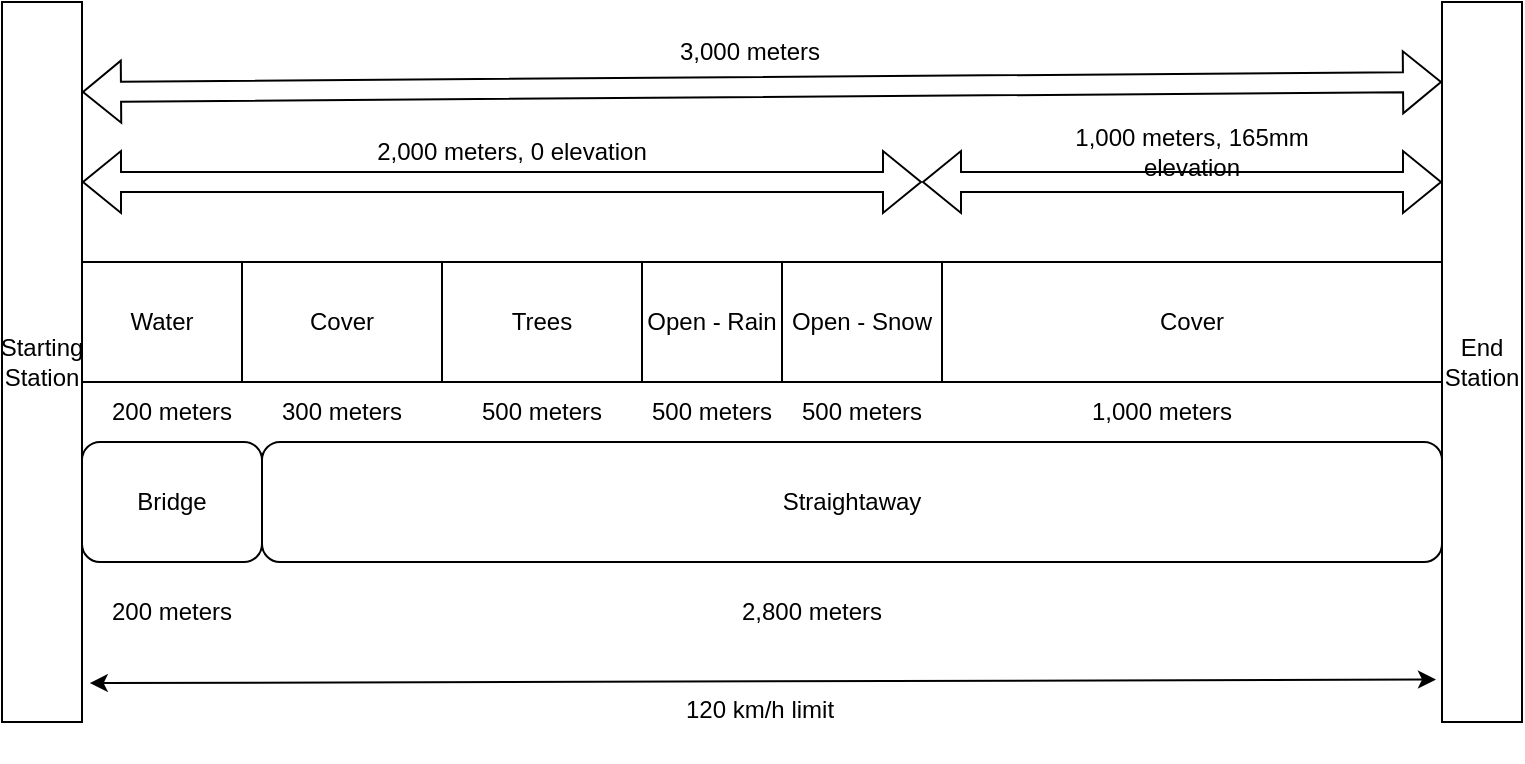
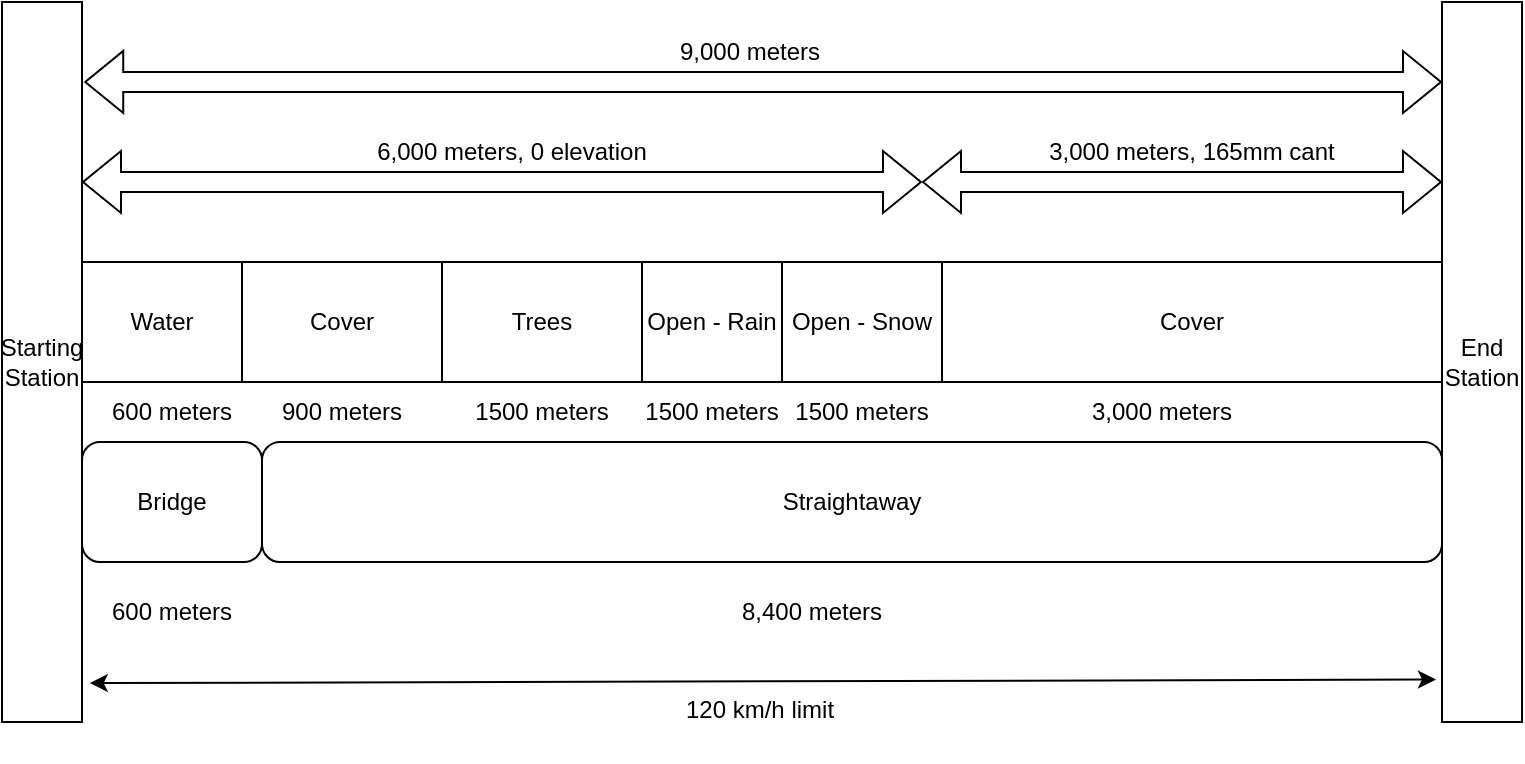
<mxfile host="app.diagrams.net">
  <diagram name="Page-1" id="jBn11tTPCpI9yomr6qB7">
    <mxGraphModel dx="2023" dy="791" grid="1" gridSize="10" guides="1" tooltips="1" connect="1" arrows="1" fold="1" page="1" pageScale="1" pageWidth="827" pageHeight="1169" math="0" shadow="0">
      <root>
        <mxCell id="0" />
        <mxCell id="1" parent="0" />
        <mxCell id="21m3U-xvMEw1ZL_-IPLm-1" parent="1" style="rounded=0;whiteSpace=wrap;html=1;" value="Starting Station" vertex="1">
          <mxGeometry height="360" width="40" x="40" y="120" as="geometry" />
        </mxCell>
        <mxCell id="21m3U-xvMEw1ZL_-IPLm-2" parent="1" style="rounded=0;whiteSpace=wrap;html=1;" value="End Station" vertex="1">
          <mxGeometry height="360" width="40" x="760" y="120" as="geometry" />
        </mxCell>
-         <mxCell id="21m3U-xvMEw1ZL_-IPLm-3" edge="1" parent="1" source="21m3U-xvMEw1ZL_-IPLm-1" style="shape=flexArrow;endArrow=classic;startArrow=classic;html=1;rounded=0;exitX=1;exitY=0.125;exitDx=0;exitDy=0;exitPerimeter=0;" value="">
+         <mxCell id="21m3U-xvMEw1ZL_-IPLm-3" edge="1" parent="1" source="21m3U-xvMEw1ZL_-IPLm-1" style="shape=flexArrow;endArrow=classic;startArrow=classic;html=1;rounded=0;exitX=1.028;exitY=0.111;exitDx=0;exitDy=0;exitPerimeter=0;" value="">
          <mxGeometry height="100" relative="1" width="100" as="geometry">
            <mxPoint x="90" y="160" as="sourcePoint" />
            <mxPoint x="760" y="160" as="targetPoint" />
          </mxGeometry>
        </mxCell>
-         <mxCell id="21m3U-xvMEw1ZL_-IPLm-4" parent="1" style="text;html=1;whiteSpace=wrap;strokeColor=none;fillColor=none;align=center;verticalAlign=middle;rounded=0;" value="3,000 meters" vertex="1">
+         <mxCell id="21m3U-xvMEw1ZL_-IPLm-4" parent="1" style="text;html=1;whiteSpace=wrap;strokeColor=none;fillColor=none;align=center;verticalAlign=middle;rounded=0;" value="9,000 meters" vertex="1">
          <mxGeometry height="30" width="130" x="349" y="130" as="geometry" />
        </mxCell>
        <mxCell id="21m3U-xvMEw1ZL_-IPLm-5" edge="1" parent="1" style="shape=flexArrow;endArrow=classic;startArrow=classic;html=1;rounded=0;exitX=1;exitY=0;exitDx=0;exitDy=0;" value="">
          <mxGeometry height="100" relative="1" width="100" as="geometry">
            <mxPoint x="80" y="210" as="sourcePoint" />
            <mxPoint x="500" y="210" as="targetPoint" />
          </mxGeometry>
        </mxCell>
-         <mxCell id="21m3U-xvMEw1ZL_-IPLm-6" parent="1" style="text;html=1;whiteSpace=wrap;strokeColor=none;fillColor=none;align=center;verticalAlign=middle;rounded=0;" value="2,000 meters, 0 elevation" vertex="1">
+         <mxCell id="21m3U-xvMEw1ZL_-IPLm-6" parent="1" style="text;html=1;whiteSpace=wrap;strokeColor=none;fillColor=none;align=center;verticalAlign=middle;rounded=0;" value="6,000 meters, 0 elevation" vertex="1">
          <mxGeometry height="30" width="170" x="210" y="180" as="geometry" />
        </mxCell>
        <mxCell id="21m3U-xvMEw1ZL_-IPLm-7" edge="1" parent="1" style="shape=flexArrow;endArrow=classic;startArrow=classic;html=1;rounded=0;exitX=1;exitY=0;exitDx=0;exitDy=0;" value="">
          <mxGeometry height="100" relative="1" width="100" as="geometry">
            <mxPoint x="500" y="210" as="sourcePoint" />
            <mxPoint x="760" y="210" as="targetPoint" />
          </mxGeometry>
        </mxCell>
-         <mxCell id="21m3U-xvMEw1ZL_-IPLm-8" parent="1" style="text;html=1;whiteSpace=wrap;strokeColor=none;fillColor=none;align=center;verticalAlign=middle;rounded=0;" value="1,000 meters, 165mm elevation" vertex="1">
+         <mxCell id="21m3U-xvMEw1ZL_-IPLm-8" parent="1" style="text;html=1;whiteSpace=wrap;strokeColor=none;fillColor=none;align=center;verticalAlign=middle;rounded=0;" value="3,000 meters, 165mm cant" vertex="1">
          <mxGeometry height="30" width="170" x="550" y="180" as="geometry" />
        </mxCell>
        <mxCell id="21m3U-xvMEw1ZL_-IPLm-10" parent="1" style="rounded=1;whiteSpace=wrap;html=1;" value="Bridge" vertex="1">
          <mxGeometry height="60" width="90" x="80" y="340" as="geometry" />
        </mxCell>
        <mxCell id="21m3U-xvMEw1ZL_-IPLm-12" parent="1" style="rounded=1;whiteSpace=wrap;html=1;" value="Straightaway" vertex="1">
          <mxGeometry height="60" width="590" x="170" y="340" as="geometry" />
        </mxCell>
-         <mxCell id="21m3U-xvMEw1ZL_-IPLm-14" parent="1" style="text;html=1;whiteSpace=wrap;strokeColor=none;fillColor=none;align=center;verticalAlign=middle;rounded=0;" value="2,800 meters" vertex="1">
+         <mxCell id="21m3U-xvMEw1ZL_-IPLm-14" parent="1" style="text;html=1;whiteSpace=wrap;strokeColor=none;fillColor=none;align=center;verticalAlign=middle;rounded=0;" value="8,400 meters" vertex="1">
          <mxGeometry height="30" width="90" x="400" y="410" as="geometry" />
        </mxCell>
-         <mxCell id="21m3U-xvMEw1ZL_-IPLm-15" parent="1" style="text;html=1;whiteSpace=wrap;strokeColor=none;fillColor=none;align=center;verticalAlign=middle;rounded=0;" value="200 meters" vertex="1">
+         <mxCell id="21m3U-xvMEw1ZL_-IPLm-15" parent="1" style="text;html=1;whiteSpace=wrap;strokeColor=none;fillColor=none;align=center;verticalAlign=middle;rounded=0;" value="600 meters" vertex="1">
          <mxGeometry height="30" width="80" x="85" y="410" as="geometry" />
        </mxCell>
        <mxCell id="21m3U-xvMEw1ZL_-IPLm-23" parent="1" style="rounded=0;whiteSpace=wrap;html=1;" value="Water" vertex="1">
          <mxGeometry height="60" width="80" x="80" y="250" as="geometry" />
        </mxCell>
        <mxCell id="21m3U-xvMEw1ZL_-IPLm-24" parent="1" style="rounded=0;whiteSpace=wrap;html=1;" value="Cover" vertex="1">
          <mxGeometry height="60" width="250" x="510" y="250" as="geometry" />
        </mxCell>
        <mxCell id="21m3U-xvMEw1ZL_-IPLm-25" parent="1" style="rounded=0;whiteSpace=wrap;html=1;" value="Cover" vertex="1">
          <mxGeometry height="60" width="100" x="160" y="250" as="geometry" />
        </mxCell>
        <mxCell id="21m3U-xvMEw1ZL_-IPLm-26" parent="1" style="rounded=0;whiteSpace=wrap;html=1;" value="Trees" vertex="1">
          <mxGeometry height="60" width="100" x="260" y="250" as="geometry" />
        </mxCell>
        <mxCell id="21m3U-xvMEw1ZL_-IPLm-27" parent="1" style="rounded=0;whiteSpace=wrap;html=1;" value="Open - Rain" vertex="1">
          <mxGeometry height="60" width="70" x="360" y="250" as="geometry" />
        </mxCell>
        <mxCell id="21m3U-xvMEw1ZL_-IPLm-28" parent="1" style="rounded=0;whiteSpace=wrap;html=1;" value="Open - Snow" vertex="1">
          <mxGeometry height="60" width="80" x="430" y="250" as="geometry" />
        </mxCell>
-         <mxCell id="21m3U-xvMEw1ZL_-IPLm-29" parent="1" style="text;html=1;whiteSpace=wrap;strokeColor=none;fillColor=none;align=center;verticalAlign=middle;rounded=0;" value="300 meters" vertex="1">
+         <mxCell id="21m3U-xvMEw1ZL_-IPLm-29" parent="1" style="text;html=1;whiteSpace=wrap;strokeColor=none;fillColor=none;align=center;verticalAlign=middle;rounded=0;" value="900 meters" vertex="1">
          <mxGeometry height="30" width="80" x="170" y="310" as="geometry" />
        </mxCell>
-         <mxCell id="21m3U-xvMEw1ZL_-IPLm-30" parent="1" style="text;html=1;whiteSpace=wrap;strokeColor=none;fillColor=none;align=center;verticalAlign=middle;rounded=0;" value="500 meters" vertex="1">
+         <mxCell id="21m3U-xvMEw1ZL_-IPLm-30" parent="1" style="text;html=1;whiteSpace=wrap;strokeColor=none;fillColor=none;align=center;verticalAlign=middle;rounded=0;" value="1500 meters" vertex="1">
          <mxGeometry height="30" width="80" x="270" y="310" as="geometry" />
        </mxCell>
-         <mxCell id="21m3U-xvMEw1ZL_-IPLm-31" parent="1" style="text;html=1;whiteSpace=wrap;strokeColor=none;fillColor=none;align=center;verticalAlign=middle;rounded=0;" value="500 meters" vertex="1">
+         <mxCell id="21m3U-xvMEw1ZL_-IPLm-31" parent="1" style="text;html=1;whiteSpace=wrap;strokeColor=none;fillColor=none;align=center;verticalAlign=middle;rounded=0;" value="1500 meters" vertex="1">
          <mxGeometry height="30" width="80" x="355" y="310" as="geometry" />
        </mxCell>
-         <mxCell id="21m3U-xvMEw1ZL_-IPLm-32" parent="1" style="text;html=1;whiteSpace=wrap;strokeColor=none;fillColor=none;align=center;verticalAlign=middle;rounded=0;" value="500 meters" vertex="1">
+         <mxCell id="21m3U-xvMEw1ZL_-IPLm-32" parent="1" style="text;html=1;whiteSpace=wrap;strokeColor=none;fillColor=none;align=center;verticalAlign=middle;rounded=0;" value="1500 meters" vertex="1">
          <mxGeometry height="30" width="80" x="430" y="310" as="geometry" />
        </mxCell>
-         <mxCell id="21m3U-xvMEw1ZL_-IPLm-33" parent="1" style="text;html=1;whiteSpace=wrap;strokeColor=none;fillColor=none;align=center;verticalAlign=middle;rounded=0;" value="200 meters" vertex="1">
+         <mxCell id="21m3U-xvMEw1ZL_-IPLm-33" parent="1" style="text;html=1;whiteSpace=wrap;strokeColor=none;fillColor=none;align=center;verticalAlign=middle;rounded=0;" value="600 meters" vertex="1">
          <mxGeometry height="30" width="80" x="85" y="310" as="geometry" />
        </mxCell>
-         <mxCell id="21m3U-xvMEw1ZL_-IPLm-34" parent="1" style="text;html=1;whiteSpace=wrap;strokeColor=none;fillColor=none;align=center;verticalAlign=middle;rounded=0;" value="1,000 meters" vertex="1">
+         <mxCell id="21m3U-xvMEw1ZL_-IPLm-34" parent="1" style="text;html=1;whiteSpace=wrap;strokeColor=none;fillColor=none;align=center;verticalAlign=middle;rounded=0;" value="3,000 meters" vertex="1">
          <mxGeometry height="30" width="80" x="580" y="310" as="geometry" />
        </mxCell>
        <mxCell id="21m3U-xvMEw1ZL_-IPLm-35" parent="1" style="text;whiteSpace=wrap;html=1;" value="&lt;span class=&quot;T286Pc&quot; data-sfc-cp=&quot;&quot; data-sfc-root=&quot;ep&quot; data-sfc-cb=&quot;&quot;&gt;120 km/h&lt;/span&gt;&amp;nbsp;limit" vertex="1">
          <mxGeometry height="40" width="80" x="380" y="460" as="geometry" />
        </mxCell>
        <mxCell id="21m3U-xvMEw1ZL_-IPLm-36" edge="1" parent="1" source="21m3U-xvMEw1ZL_-IPLm-1" style="endArrow=classic;startArrow=classic;html=1;rounded=0;exitX=1.097;exitY=0.946;exitDx=0;exitDy=0;exitPerimeter=0;entryX=-0.075;entryY=0.941;entryDx=0;entryDy=0;entryPerimeter=0;" target="21m3U-xvMEw1ZL_-IPLm-2" value="">
          <mxGeometry height="50" relative="1" width="50" as="geometry">
            <mxPoint x="290" y="400" as="sourcePoint" />
            <mxPoint x="340" y="350" as="targetPoint" />
          </mxGeometry>
        </mxCell>
      </root>
    </mxGraphModel>
  </diagram>
</mxfile>
